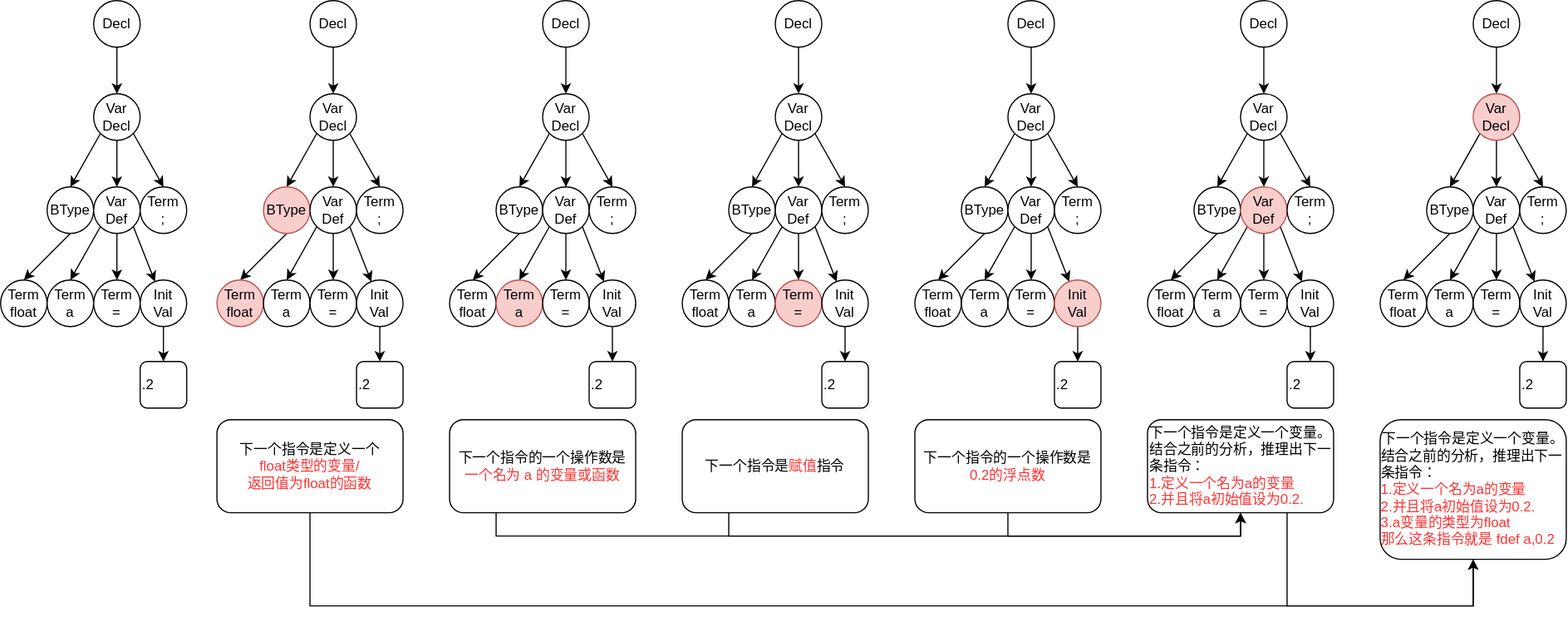
Naputao/Compiler-Docs keeps this draw.io diagram as assets/lab2.drawio.svg. Above is the earlier version. Source tidied: cells renumbered, new cells last; positions are measured from the earlier drawing's top-left corner, leaving out a move shared by most shapes.
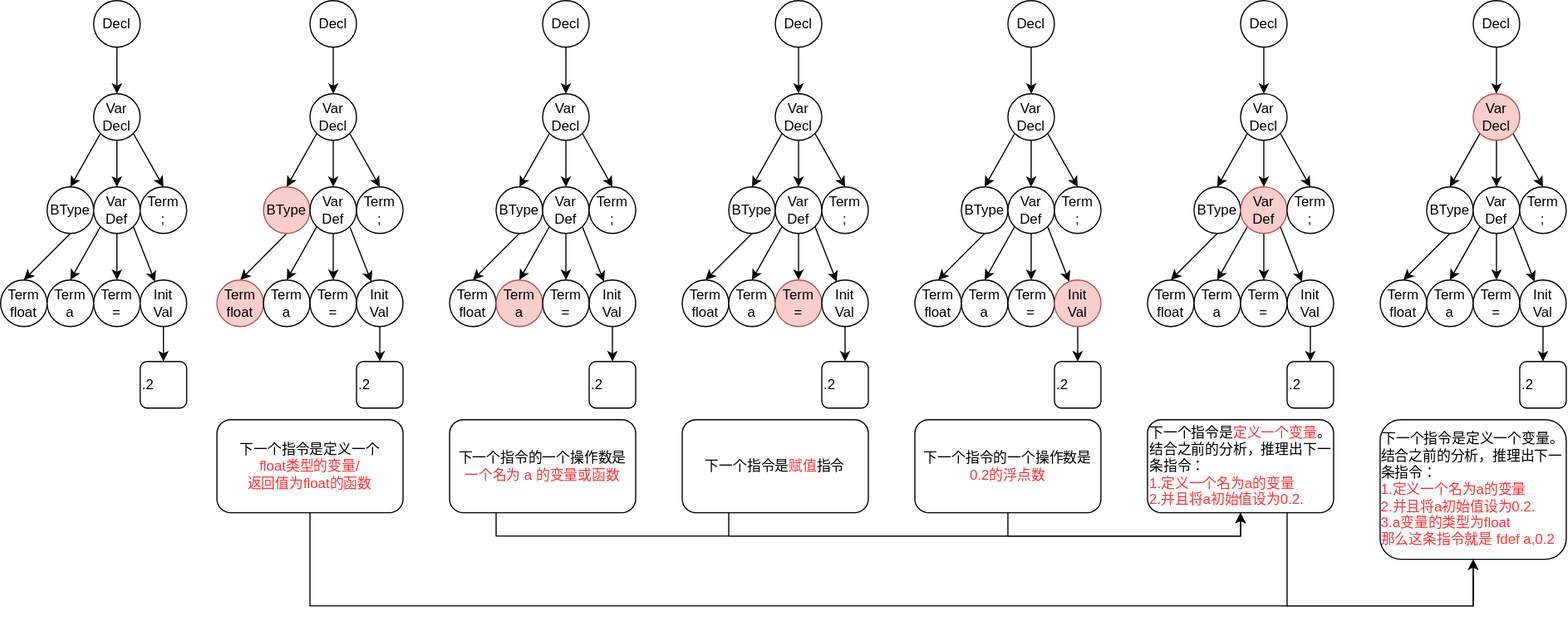
After the change.

Commit message:
更新实验二示例图

Change to the diagram source:
```diff
@@ -405,7 +405,7 @@
         </Array>
       </mxGeometry>
     </mxCell>
-    <mxCell id="125" value="下一个指令是定义一个变量。&lt;div&gt;结合之前的分析，推理出下一条指令：&lt;/div&gt;&lt;div&gt;&lt;font style=&quot;color: rgb(255, 51, 51);&quot;&gt;1.定义一个名为a的变量&lt;/font&gt;&lt;/div&gt;&lt;div&gt;&lt;font style=&quot;color: rgb(255, 51, 51);&quot;&gt;2.并且将a初始值设为0.2.&lt;/font&gt;&lt;/div&gt;" style="rounded=1;whiteSpace=wrap;html=1;align=left;" parent="1" vertex="1">
+    <mxCell id="125" value="下一个指令是&lt;font style=&quot;color: rgb(255, 51, 51);&quot;&gt;定义一个变量&lt;/font&gt;。&lt;div&gt;结合之前的分析，推理出下一条指令：&lt;/div&gt;&lt;div&gt;&lt;font style=&quot;color: rgb(255, 51, 51);&quot;&gt;1.定义一个名为a的变量&lt;/font&gt;&lt;/div&gt;&lt;div&gt;&lt;font style=&quot;color: rgb(255, 51, 51);&quot;&gt;2.并且将a初始值设为0.2.&lt;/font&gt;&lt;/div&gt;" style="rounded=1;whiteSpace=wrap;html=1;align=left;" parent="1" vertex="1">
       <mxGeometry x="986" y="360" width="160" height="80" as="geometry" />
     </mxCell>
     <mxCell id="126" style="edgeStyle=orthogonalEdgeStyle;rounded=0;jettySize=auto;html=1;exitX=0.5;exitY=1;exitDx=0;exitDy=0;entryX=0.5;entryY=0;entryDx=0;entryDy=0;" parent="1" edge="1" source="127" target="131">
```
